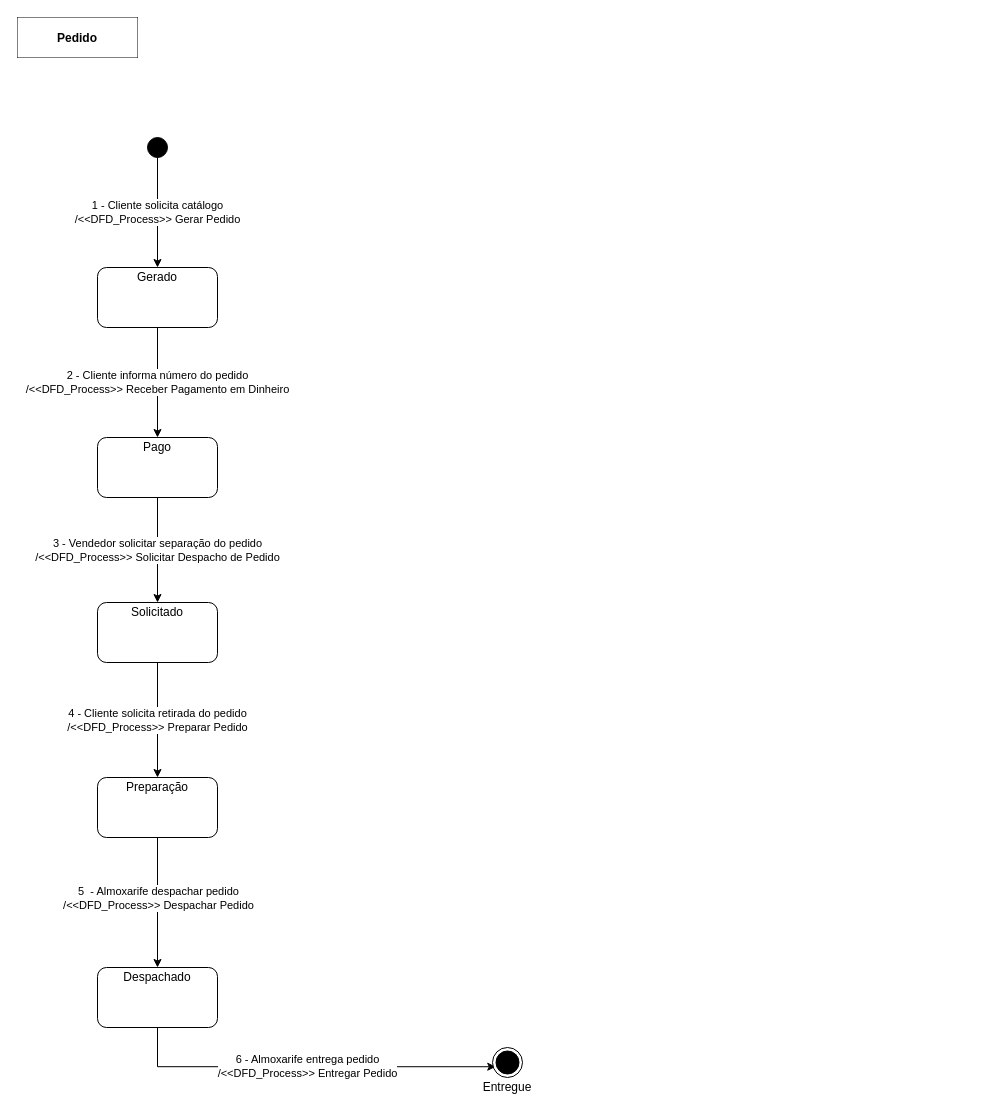
Before: Documentation/Arquivos Editaveis/art 21 - pedido .drawio in Systematicos/FindingApp, a draw.io diagram. Source tidied: cells renumbered, new cells numbered last; positions are measured from the earlier drawing's top-left corner, leaving out a move shared by most shapes. Both pictures are drawn from the tidied source at 100%, with x=0, y=0 at pixel (17, 17).
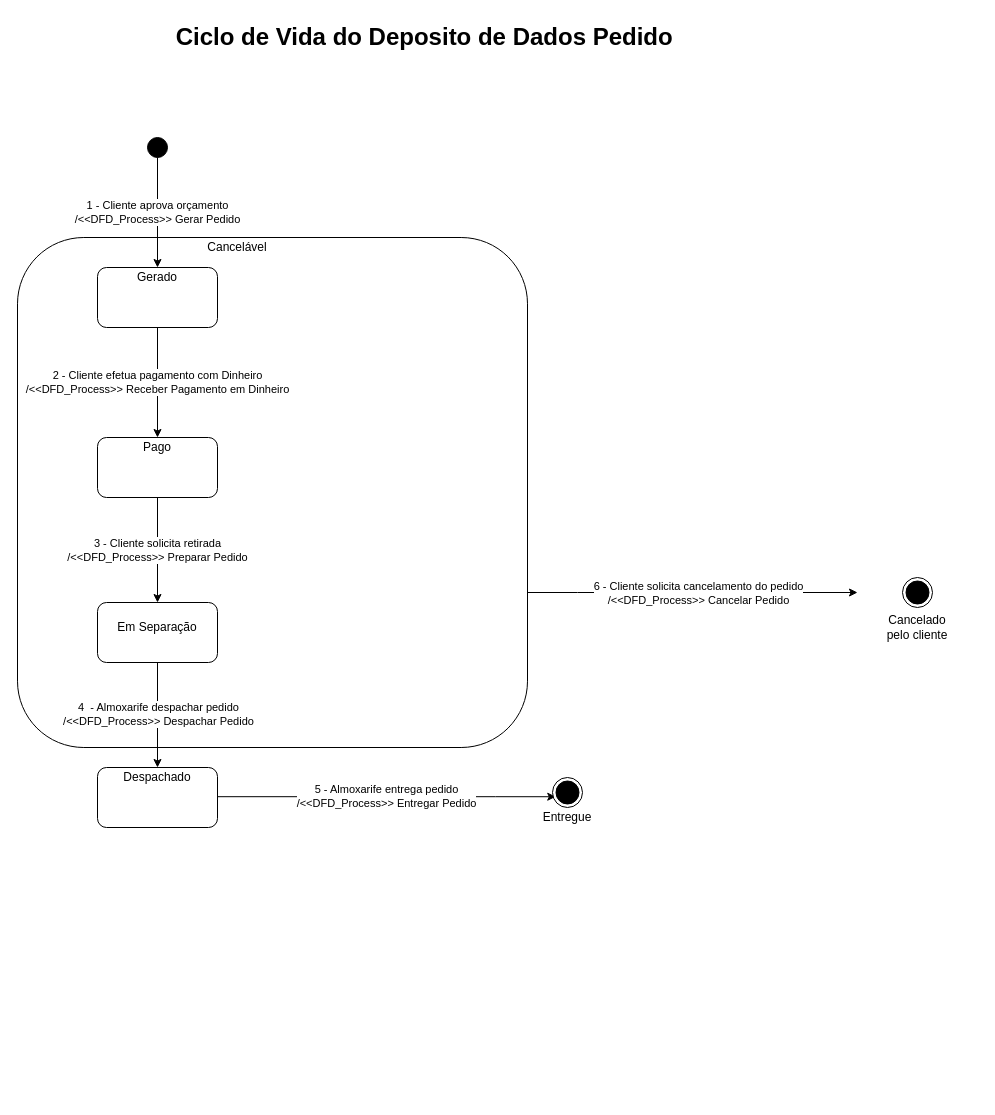
The same diagram, later.

The change refers to these unchanged cells:
```xml
<mxCell id="3" style="ellipse;whiteSpace=wrap;html=1;fillColor=#000000;" parent="1" vertex="1">
  <mxGeometry x="130" y="120" width="20" height="20" as="geometry" />
</mxCell>
<mxCell id="5" style="rounded=1;whiteSpace=wrap;html=1;fillColor=#FFFFFF;" parent="4" vertex="1">
  <mxGeometry width="120" height="60" as="geometry" />
</mxCell>
<mxCell id="9" style="rounded=1;whiteSpace=wrap;html=1;fillColor=#FFFFFF;" parent="8" vertex="1">
  <mxGeometry width="120" height="60" as="geometry" />
</mxCell>
<mxCell id="11" style="group;" parent="1" vertex="1">
  <mxGeometry x="80" y="585" width="120" height="60" as="geometry" />
</mxCell>
<mxCell id="12" style="rounded=1;whiteSpace=wrap;html=1;fillColor=#FFFFFF;" parent="11" vertex="1">
  <mxGeometry width="120" height="60" as="geometry" />
</mxCell>
<mxCell id="20" style="rounded=1;whiteSpace=wrap;html=1;fillColor=#FFFFFF;" parent="19" vertex="1">
  <mxGeometry width="120" height="60" as="geometry" />
</mxCell>
<mxCell id="28" style="ellipse;whiteSpace=wrap;html=1;fillColor=#000000;" parent="26" vertex="1">
  <mxGeometry x="3.5" y="3.5" width="23" height="23" as="geometry" />
</mxCell>
```

Diff of the diagram source:
```diff
@@
+    <mxCell id="32" style="edgeStyle=orthogonalEdgeStyle;rounded=0;jettySize=auto;html=1;" parent="1" edge="1" source="34">
+      <mxGeometry relative="1" as="geometry">
+        <mxPoint x="840" y="575" as="targetPoint" />
+        <Array as="points">
+          <mxPoint x="560" y="575" />
+          <mxPoint x="560" y="575" />
+        </Array>
+      </mxGeometry>
+    </mxCell>
+    <mxCell id="33" value="&lt;span style=&quot;font-family: &amp;#34;helvetica&amp;#34;&quot;&gt;6 - Cliente solicita cancelamento do pedido&lt;/span&gt;&lt;br style=&quot;font-family: &amp;#34;helvetica&amp;#34;&quot;&gt;&lt;span style=&quot;font-family: &amp;#34;helvetica&amp;#34;&quot;&gt;/&amp;lt;&amp;lt;DFD_Process&amp;gt;&amp;gt; Cancelar Pedido&lt;/span&gt;" style="edgeLabel;html=1;align=center;verticalAlign=middle;" parent="32" vertex="1">
+      <mxGeometry x="-0.25" relative="1" as="geometry">
+        <mxPoint x="46" as="offset" />
+      </mxGeometry>
+    </mxCell>
+    <mxCell id="34" style="rounded=1;whiteSpace=wrap;html=1;arcSize=13;" parent="1" vertex="1">
+      <mxGeometry y="220" width="510" height="510" as="geometry" />
+    </mxCell>
-    <mxCell id="2" value="1 - Cliente solicita catálogo&lt;br&gt;/&amp;lt;&amp;lt;DFD_Process&amp;gt;&amp;gt; Gerar Pedido" style="edgeStyle=orthogonalEdgeStyle;rounded=0;jettySize=auto;html=1;" parent="1" edge="1" source="3" target="5">
+    <mxCell id="2" value="1 - Cliente aprova orçamento&lt;br&gt;/&amp;lt;&amp;lt;DFD_Process&amp;gt;&amp;gt; Gerar Pedido" style="edgeStyle=orthogonalEdgeStyle;rounded=0;jettySize=auto;html=1;" parent="1" edge="1" source="3" target="5">
       <mxGeometry relative="1" as="geometry" />
     </mxCell>
@@
-    <mxCell id="7" value="&lt;span style=&quot;color: rgb(0 , 0 , 0) ; font-family: &amp;#34;helvetica&amp;#34; ; font-size: 11px ; font-style: normal ; font-weight: 400 ; letter-spacing: normal ; text-align: center ; text-indent: 0px ; text-transform: none ; word-spacing: 0px ; background-color: rgb(255 , 255 , 255) ; display: inline ; float: none&quot;&gt;2 - Cliente informa número do pedido&lt;/span&gt;&lt;br style=&quot;color: rgb(0 , 0 , 0) ; font-family: &amp;#34;helvetica&amp;#34; ; font-size: 11px ; font-style: normal ; font-weight: 400 ; letter-spacing: normal ; text-align: center ; text-indent: 0px ; text-transform: none ; word-spacing: 0px&quot;&gt;&lt;span style=&quot;color: rgb(0 , 0 , 0) ; font-family: &amp;#34;helvetica&amp;#34; ; font-size: 11px ; font-style: normal ; font-weight: 400 ; letter-spacing: normal ; text-align: center ; text-indent: 0px ; text-transform: none ; word-spacing: 0px ; background-color: rgb(255 , 255 , 255) ; display: inline ; float: none&quot;&gt;/&amp;lt;&amp;lt;DFD_Process&amp;gt;&amp;gt; Receber Pagamento em Dinheiro&lt;/span&gt;" style="edgeStyle=orthogonalEdgeStyle;rounded=0;jettySize=auto;html=1;" parent="1" edge="1" source="5" target="9">
+    <mxCell id="7" value="&lt;span style=&quot;color: rgb(0 , 0 , 0) ; font-family: &amp;#34;helvetica&amp;#34; ; font-size: 11px ; font-style: normal ; font-weight: 400 ; letter-spacing: normal ; text-align: center ; text-indent: 0px ; text-transform: none ; word-spacing: 0px ; background-color: rgb(255 , 255 , 255) ; display: inline ; float: none&quot;&gt;2 -&amp;nbsp;&lt;/span&gt;&lt;span style=&quot;text-align: center ; text-indent: 0px ; background-color: rgb(255 , 255 , 255) ; display: inline ; float: none&quot;&gt;&lt;font face=&quot;helvetica&quot;&gt;Cliente efetua pagamento com Dinheiro&lt;br&gt;/&amp;lt;&amp;lt;DFD_Process&amp;gt;&amp;gt; Receber Pagamento em Dinheiro&lt;/font&gt;&lt;/span&gt;" style="edgeStyle=orthogonalEdgeStyle;rounded=0;jettySize=auto;html=1;" parent="1" edge="1" source="5" target="9">
       <mxGeometry relative="1" as="geometry" />
     </mxCell>
@@
-    <mxCell id="13" value="Solicitado" style="text;html=1;strokeColor=none;fillColor=none;align=center;verticalAlign=middle;whiteSpace=wrap;rounded=0;" parent="11" vertex="1">
-      <mxGeometry width="120" height="20" as="geometry" />
+    <mxCell id="13" value="Em Separação" style="text;html=1;strokeColor=none;fillColor=none;align=center;verticalAlign=middle;whiteSpace=wrap;rounded=0;" parent="11" vertex="1">
+      <mxGeometry y="15" width="120" height="20" as="geometry" />
     </mxCell>
-    <mxCell id="14" value="&lt;span style=&quot;color: rgb(0 , 0 , 0) ; font-size: 11px ; font-style: normal ; font-weight: 400 ; letter-spacing: normal ; text-align: center ; text-indent: 0px ; text-transform: none ; word-spacing: 0px ; background-color: rgb(255 , 255 , 255) ; font-family: &amp;#34;helvetica&amp;#34; ; display: inline ; float: none&quot;&gt;3 - Vendedor solicitar separação do pedido&lt;/span&gt;&lt;br style=&quot;color: rgb(0 , 0 , 0) ; font-size: 11px ; font-style: normal ; font-weight: 400 ; letter-spacing: normal ; text-align: center ; text-indent: 0px ; text-transform: none ; word-spacing: 0px ; font-family: &amp;#34;helvetica&amp;#34;&quot;&gt;&lt;span style=&quot;color: rgb(0 , 0 , 0) ; font-size: 11px ; font-style: normal ; font-weight: 400 ; letter-spacing: normal ; text-align: center ; text-indent: 0px ; text-transform: none ; word-spacing: 0px ; background-color: rgb(255 , 255 , 255) ; font-family: &amp;#34;helvetica&amp;#34; ; display: inline ; float: none&quot;&gt;/&amp;lt;&amp;lt;DFD_Process&amp;gt;&amp;gt; Solicitar Despacho de Pedido&lt;/span&gt;" style="edgeStyle=orthogonalEdgeStyle;rounded=0;jettySize=auto;html=1;" parent="1" edge="1" source="9" target="12">
+    <mxCell id="14" value="&lt;span style=&quot;color: rgb(0 , 0 , 0) ; font-size: 11px ; font-style: normal ; font-weight: 400 ; letter-spacing: normal ; text-align: center ; text-indent: 0px ; text-transform: none ; word-spacing: 0px ; background-color: rgb(255 , 255 , 255) ; font-family: &amp;#34;helvetica&amp;#34; ; display: inline ; float: none&quot;&gt;3 - Cliente solicita retirada&lt;/span&gt;&lt;br style=&quot;color: rgb(0 , 0 , 0) ; font-size: 11px ; font-style: normal ; font-weight: 400 ; letter-spacing: normal ; text-align: center ; text-indent: 0px ; text-transform: none ; word-spacing: 0px ; font-family: &amp;#34;helvetica&amp;#34;&quot;&gt;&lt;span style=&quot;color: rgb(0 , 0 , 0) ; font-size: 11px ; font-style: normal ; font-weight: 400 ; letter-spacing: normal ; text-align: center ; text-indent: 0px ; text-transform: none ; word-spacing: 0px ; background-color: rgb(255 , 255 , 255) ; font-family: &amp;#34;helvetica&amp;#34; ; display: inline ; float: none&quot;&gt;/&amp;lt;&amp;lt;DFD_Process&amp;gt;&amp;gt; Preparar Pedido&lt;/span&gt;" style="edgeStyle=orthogonalEdgeStyle;rounded=0;jettySize=auto;html=1;" parent="1" edge="1" source="9" target="12">
       <mxGeometry relative="1" as="geometry" />
     </mxCell>
-    <mxCell id="15" style="group;" parent="1" vertex="1">
-      <mxGeometry x="80" y="760" width="120" height="60" as="geometry" />
-    </mxCell>
-    <mxCell id="16" style="rounded=1;whiteSpace=wrap;html=1;fillColor=#FFFFFF;" parent="15" vertex="1">
-      <mxGeometry width="120" height="60" as="geometry" />
-    </mxCell>
-    <mxCell id="17" value="Preparação" style="text;html=1;strokeColor=none;fillColor=none;align=center;verticalAlign=middle;whiteSpace=wrap;rounded=0;" parent="15" vertex="1">
-      <mxGeometry width="120" height="20" as="geometry" />
-    </mxCell>
-    <mxCell id="18" value="&lt;span style=&quot;color: rgb(0 , 0 , 0) ; font-size: 11px ; font-style: normal ; font-weight: 400 ; letter-spacing: normal ; text-align: center ; text-indent: 0px ; text-transform: none ; word-spacing: 0px ; background-color: rgb(255 , 255 , 255) ; font-family: &amp;#34;helvetica&amp;#34; ; display: inline ; float: none&quot;&gt;4 - Cliente solicita retirada do pedido&lt;/span&gt;&lt;br style=&quot;color: rgb(0 , 0 , 0) ; font-size: 11px ; font-style: normal ; font-weight: 400 ; letter-spacing: normal ; text-align: center ; text-indent: 0px ; text-transform: none ; word-spacing: 0px ; font-family: &amp;#34;helvetica&amp;#34;&quot;&gt;&lt;span style=&quot;color: rgb(0 , 0 , 0) ; font-size: 11px ; font-style: normal ; font-weight: 400 ; letter-spacing: normal ; text-align: center ; text-indent: 0px ; text-transform: none ; word-spacing: 0px ; background-color: rgb(255 , 255 , 255) ; font-family: &amp;#34;helvetica&amp;#34; ; display: inline ; float: none&quot;&gt;/&amp;lt;&amp;lt;DFD_Process&amp;gt;&amp;gt; Preparar Pedido&lt;/span&gt;" style="edgeStyle=orthogonalEdgeStyle;rounded=0;jettySize=auto;html=1;" parent="1" edge="1" source="12" target="16">
-      <mxGeometry relative="1" as="geometry" />
-    </mxCell>
     <mxCell id="19" style="group;" parent="1" vertex="1">
-      <mxGeometry x="80" y="950" width="120" height="60" as="geometry" />
+      <mxGeometry x="80" y="750" width="120" height="60" as="geometry" />
     </mxCell>
@@
-    <mxCell id="22" style="edgeStyle=orthogonalEdgeStyle;rounded=0;jettySize=auto;html=1;" parent="1" edge="1" source="16" target="20">
+    <mxCell id="22" style="edgeStyle=orthogonalEdgeStyle;rounded=0;jettySize=auto;html=1;" parent="1" edge="1" source="12" target="20">
       <mxGeometry relative="1" as="geometry" />
     </mxCell>
-    <mxCell id="23" value="5&amp;nbsp;&lt;span style=&quot;font-family: &amp;#34;helvetica&amp;#34;&quot;&gt;&amp;nbsp;- Almoxarife despachar pedido&lt;/span&gt;&lt;br style=&quot;font-family: &amp;#34;helvetica&amp;#34;&quot;&gt;&lt;span style=&quot;font-family: &amp;#34;helvetica&amp;#34;&quot;&gt;/&amp;lt;&amp;lt;DFD_Process&amp;gt;&amp;gt; Despachar Pedido&lt;/span&gt;" style="edgeLabel;html=1;align=center;verticalAlign=middle;" parent="22" vertex="1">
+    <mxCell id="23" value="4&amp;nbsp;&lt;span style=&quot;font-family: &amp;#34;helvetica&amp;#34;&quot;&gt;&amp;nbsp;- Almoxarife despachar pedido&lt;/span&gt;&lt;br style=&quot;font-family: &amp;#34;helvetica&amp;#34;&quot;&gt;&lt;span style=&quot;font-family: &amp;#34;helvetica&amp;#34;&quot;&gt;/&amp;lt;&amp;lt;DFD_Process&amp;gt;&amp;gt; Despachar Pedido&lt;/span&gt;" style="edgeLabel;html=1;align=center;verticalAlign=middle;" parent="22" vertex="1">
       <mxGeometry x="-0.3" y="-2" relative="1" as="geometry">
         <mxPoint x="2" y="14.3" as="offset" />
       </mxGeometry>
     </mxCell>
-    <mxCell id="24" value="6 - Almoxarife entrega pedido&lt;br style=&quot;font-family: &amp;#34;helvetica&amp;#34;&quot;&gt;&lt;span style=&quot;font-family: &amp;#34;helvetica&amp;#34;&quot;&gt;/&amp;lt;&amp;lt;DFD_Process&amp;gt;&amp;gt; Entregar Pedido&lt;/span&gt;" style="edgeStyle=orthogonalEdgeStyle;rounded=0;jettySize=auto;html=1;entryX=-0.011;entryY=0.684;entryDx=0;entryDy=0;entryPerimeter=0;" parent="1" edge="1" source="20" target="28">
+    <mxCell id="24" value="5 - Almoxarife entrega pedido&lt;br style=&quot;font-family: &amp;#34;helvetica&amp;#34;&quot;&gt;&lt;span style=&quot;font-family: &amp;#34;helvetica&amp;#34;&quot;&gt;/&amp;lt;&amp;lt;DFD_Process&amp;gt;&amp;gt; Entregar Pedido&lt;/span&gt;" style="edgeStyle=orthogonalEdgeStyle;rounded=0;jettySize=auto;html=1;entryX=-0.011;entryY=0.684;entryDx=0;entryDy=0;entryPerimeter=0;" parent="1" edge="1" source="20" target="28">
       <mxGeometry relative="1" as="geometry">
         <Array as="points">
-          <mxPoint x="140" y="1049" />
+          <mxPoint x="478" y="780" />
         </Array>
       </mxGeometry>
     </mxCell>
     <mxCell id="25" style="group;" parent="1" vertex="1">
-      <mxGeometry x="430" y="1030" width="120" height="50" as="geometry" />
+      <mxGeometry x="490" y="760" width="120" height="50" as="geometry" />
     </mxCell>
@@
-    <mxCell id="30" style="rounded=0;whiteSpace=wrap;html=1;fillColor=#FFFFFF;" parent="1" vertex="1">
-      <mxGeometry width="120" height="40" as="geometry" />
-    </mxCell>
-    <mxCell id="31" value="Pedido" style="text;align=center;fontStyle=1;verticalAlign=middle;spacingLeft=3;spacingRight=3;strokeColor=none;fillColor=#FFFFFF;" parent="1" vertex="1">
-      <mxGeometry width="120" height="40" as="geometry" />
-    </mxCell>
+    <mxCell id="35" value="Ciclo de Vida do Deposito de Dados Pedido&amp;nbsp;" style="text;strokeColor=none;fillColor=none;html=1;fontSize=24;fontStyle=1;verticalAlign=middle;align=center;" parent="1" vertex="1">
+      <mxGeometry width="820" height="40" as="geometry" />
+    </mxCell>
+    <mxCell id="36" style="group;" parent="1" vertex="1">
+      <mxGeometry x="840" y="560" width="120" height="50" as="geometry" />
+    </mxCell>
+    <mxCell id="37" style="group;" parent="36" vertex="1">
+      <mxGeometry x="45" width="30" height="30" as="geometry" />
+    </mxCell>
+    <mxCell id="38" style="ellipse;whiteSpace=wrap;html=1;fillColor=#FFFFFF;" parent="37" vertex="1">
+      <mxGeometry width="30" height="30" as="geometry" />
+    </mxCell>
+    <mxCell id="39" style="ellipse;whiteSpace=wrap;html=1;fillColor=#000000;" parent="37" vertex="1">
+      <mxGeometry x="3.5" y="3.5" width="23" height="23" as="geometry" />
+    </mxCell>
+    <mxCell id="40" value="Cancelado&lt;br&gt;pelo cliente" style="text;html=1;strokeColor=none;fillColor=none;align=center;verticalAlign=middle;whiteSpace=wrap;rounded=0;" parent="36" vertex="1">
+      <mxGeometry y="40" width="120" height="20" as="geometry" />
+    </mxCell>
+    <mxCell id="41" value="Cancelável" style="text;html=1;strokeColor=none;fillColor=none;align=center;verticalAlign=middle;whiteSpace=wrap;rounded=0;" parent="1" vertex="1">
+      <mxGeometry x="200" y="220" width="40" height="20" as="geometry" />
+    </mxCell>
```
